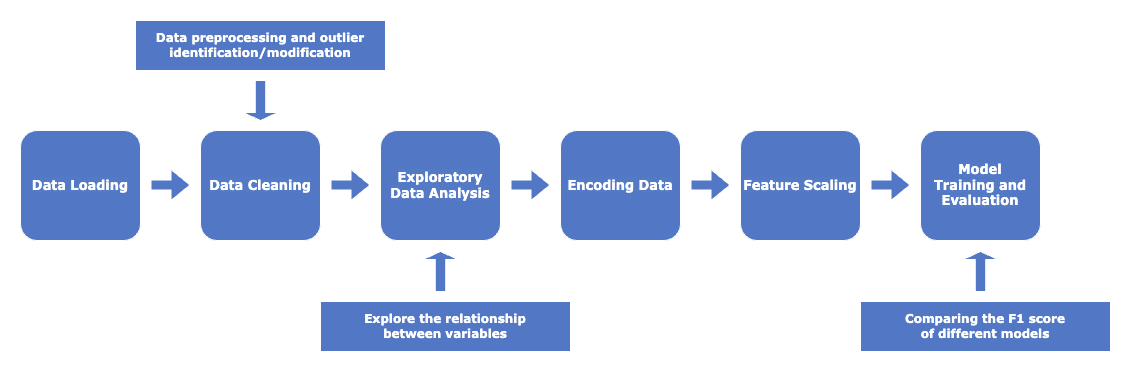
Before: implementation/process.drawio.png, a diagram exported from draw.io (sjbmcg/data_science_group_project). Source tidied: cells renumbered, new cells last; positions are measured from the earlier drawing's top-left corner, leaving out a move shared by most shapes.
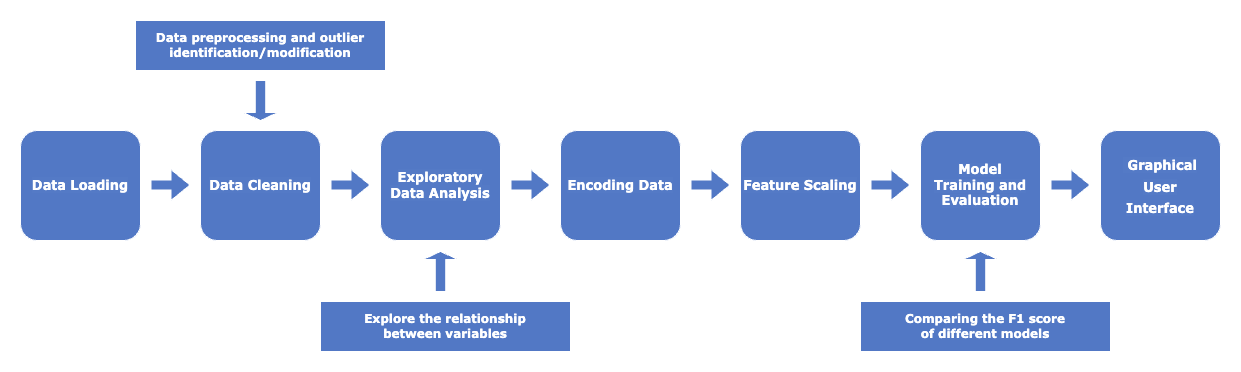
After the change.

The edit, as a diff of the source:
```diff
@@ -68,5 +68,14 @@
     <mxCell id="18" style="shape=singleArrow;direction=south;whiteSpace=wrap;html=1;fillColor=#5278C5;strokeColor=#FFFFFF;rotation=-180;" parent="1" vertex="1">
       <mxGeometry x="402.5" y="231" width="35" height="40" as="geometry" />
     </mxCell>
+    <mxCell id="19" value="&lt;h2&gt;&lt;b style=&quot;color: rgb(255, 255, 255); font-family: Verdana; font-size: 13px; background-color: rgba(255, 255, 255, 0.01);&quot;&gt;&amp;nbsp;Graphical &lt;br&gt;User &lt;br&gt;Interface&lt;/b&gt;&lt;br&gt;&lt;/h2&gt;    " style="rounded=1;whiteSpace=wrap;html=1;fillColor=#5278C5;strokeColor=#FFFFFF;" parent="1" vertex="1">
+      <mxGeometry x="1080" y="110" width="120" height="110" as="geometry" />
+    </mxCell>
+    <mxCell id="20" style="shape=flexArrow;endArrow=classic;html=1;rounded=0;fillColor=#5278C5;strokeColor=#FFFFFF;" parent="1" edge="1">
+      <mxGeometry relative="1" as="geometry">
+        <mxPoint x="1030" y="164.5" as="sourcePoint" />
+        <mxPoint x="1070" y="164.5" as="targetPoint" />
+      </mxGeometry>
+    </mxCell>
   </root>
 </mxGraphModel>
```
